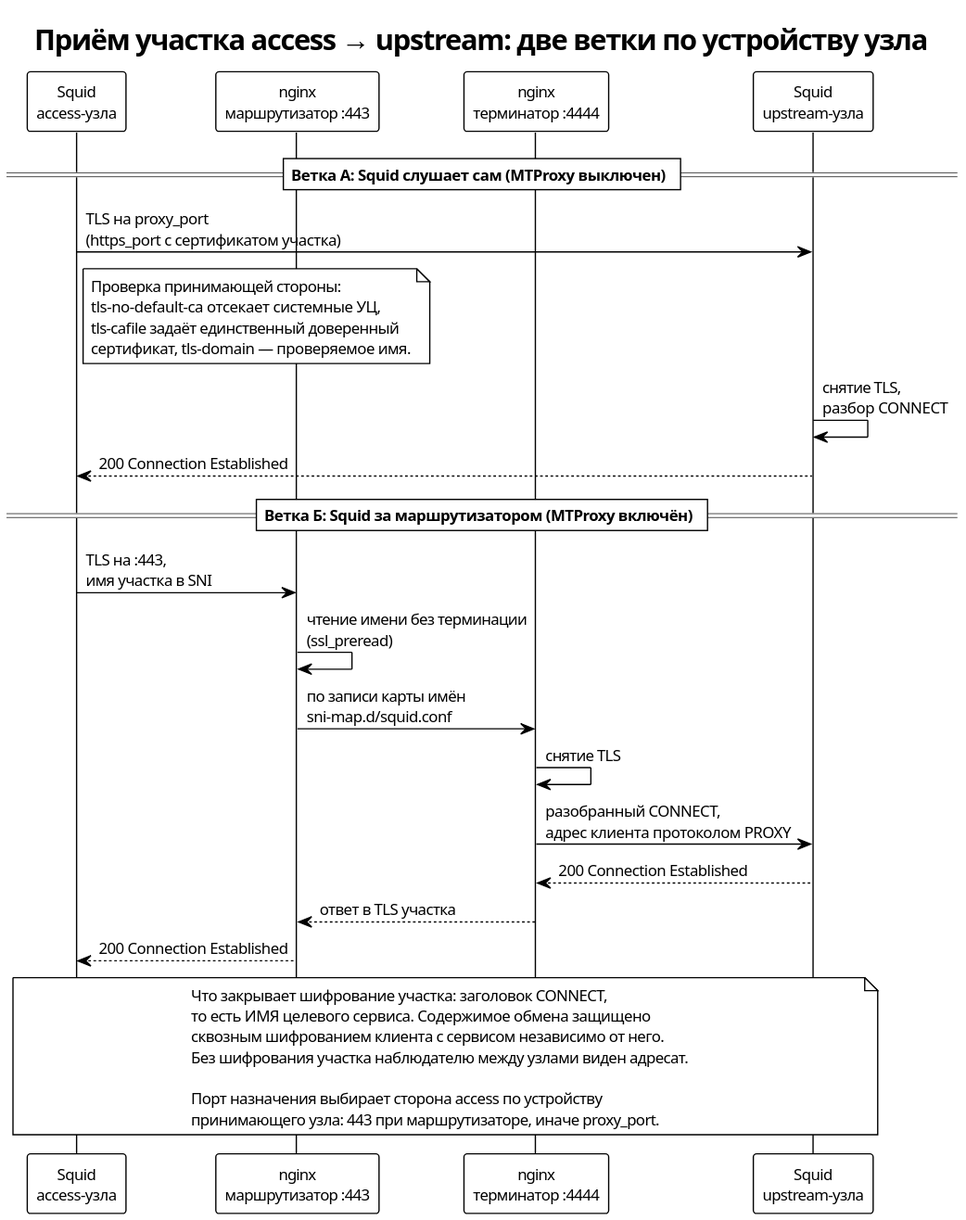
This is docs/AA/C3/diagrams/C3-SU-001-transit-tls.svg from demofly/ai-proxy, a PlantUML export, as it was before one commit.
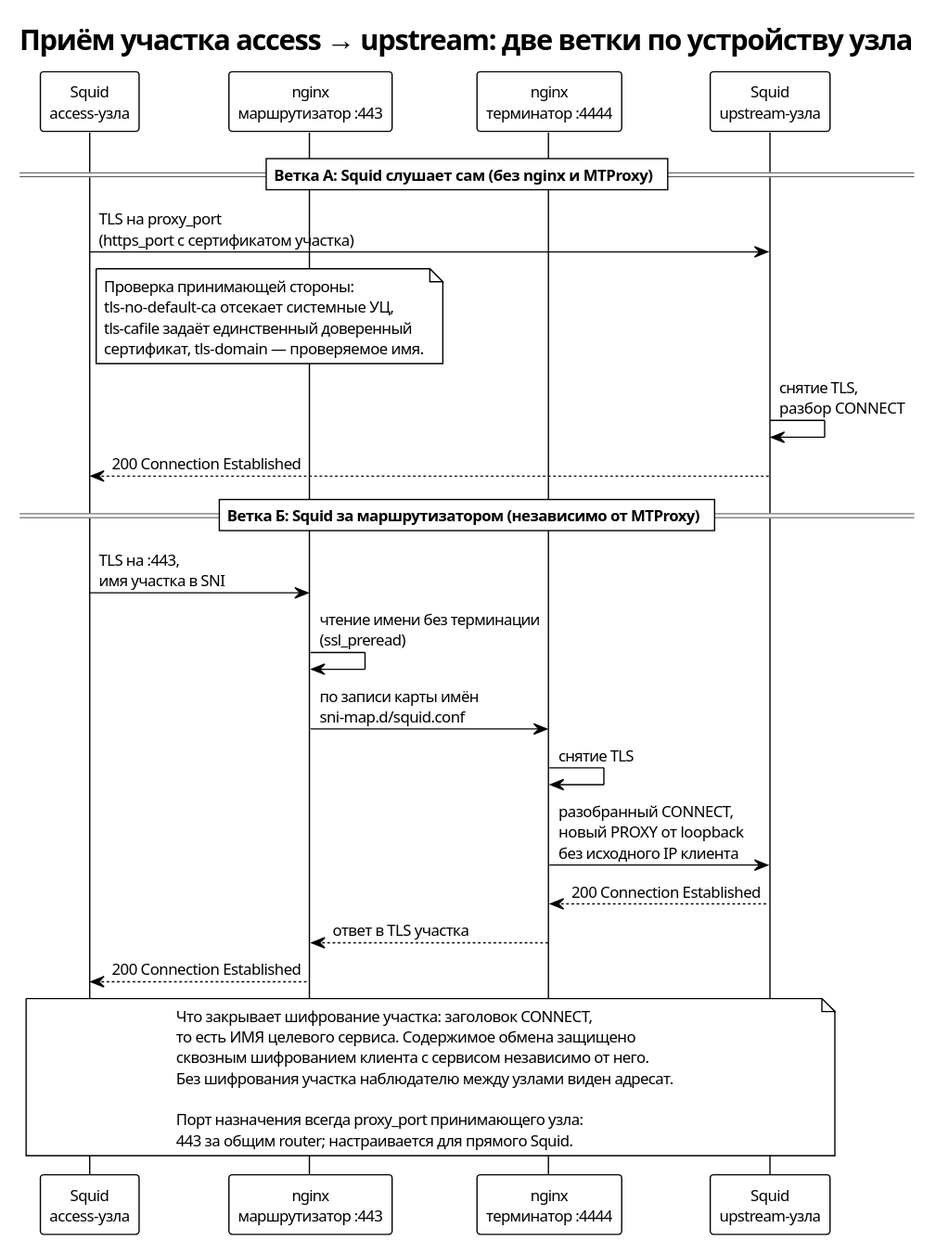
Later version of the same file.

Change to the diagram source:
```diff
@@ -11,7 +11,7 @@
 participant "nginx\nтерминатор :4444" as TERM
 participant "Squid\nupstream-узла" as SQUID
 
-== Ветка А: Squid слушает сам (MTProxy выключен) ==
+== Ветка А: Squid слушает сам (без nginx и MTProxy) ==
 
 ACC -> SQUID : TLS на proxy_port\n(https_port с сертификатом участка)
 note right of ACC
@@ -23,13 +23,13 @@
 SQUID -> SQUID : снятие TLS,\nразбор CONNECT
 SQUID --> ACC : 200 Connection Established
 
-== Ветка Б: Squid за маршрутизатором (MTProxy включён) ==
+== Ветка Б: Squid за маршрутизатором (независимо от MTProxy) ==
 
 ACC -> ROUTER : TLS на :443,\nимя участка в SNI
 ROUTER -> ROUTER : чтение имени без терминации\n(ssl_preread)
 ROUTER -> TERM : по записи карты имён\nsni-map.d/squid.conf
 TERM -> TERM : снятие TLS
-TERM -> SQUID : разобранный CONNECT,\nадрес клиента протоколом PROXY
+TERM -> SQUID : разобранный CONNECT,\nновый PROXY от loopback\nбез исходного IP клиента
 SQUID --> TERM : 200 Connection Established
 TERM --> ROUTER : ответ в TLS участка
 ROUTER --> ACC : 200 Connection Established
@@ -40,7 +40,7 @@
   сквозным шифрованием клиента с сервисом независимо от него.
   Без шифрования участка наблюдателю между узлами виден адресат.
 
-  Порт назначения выбирает сторона access по устройству
-  принимающего узла: 443 при маршрутизаторе, иначе proxy_port.
+  Порт назначения всегда proxy_port принимающего узла:
+  443 за общим router; настраивается для прямого Squid.
 end note
 @enduml
```
